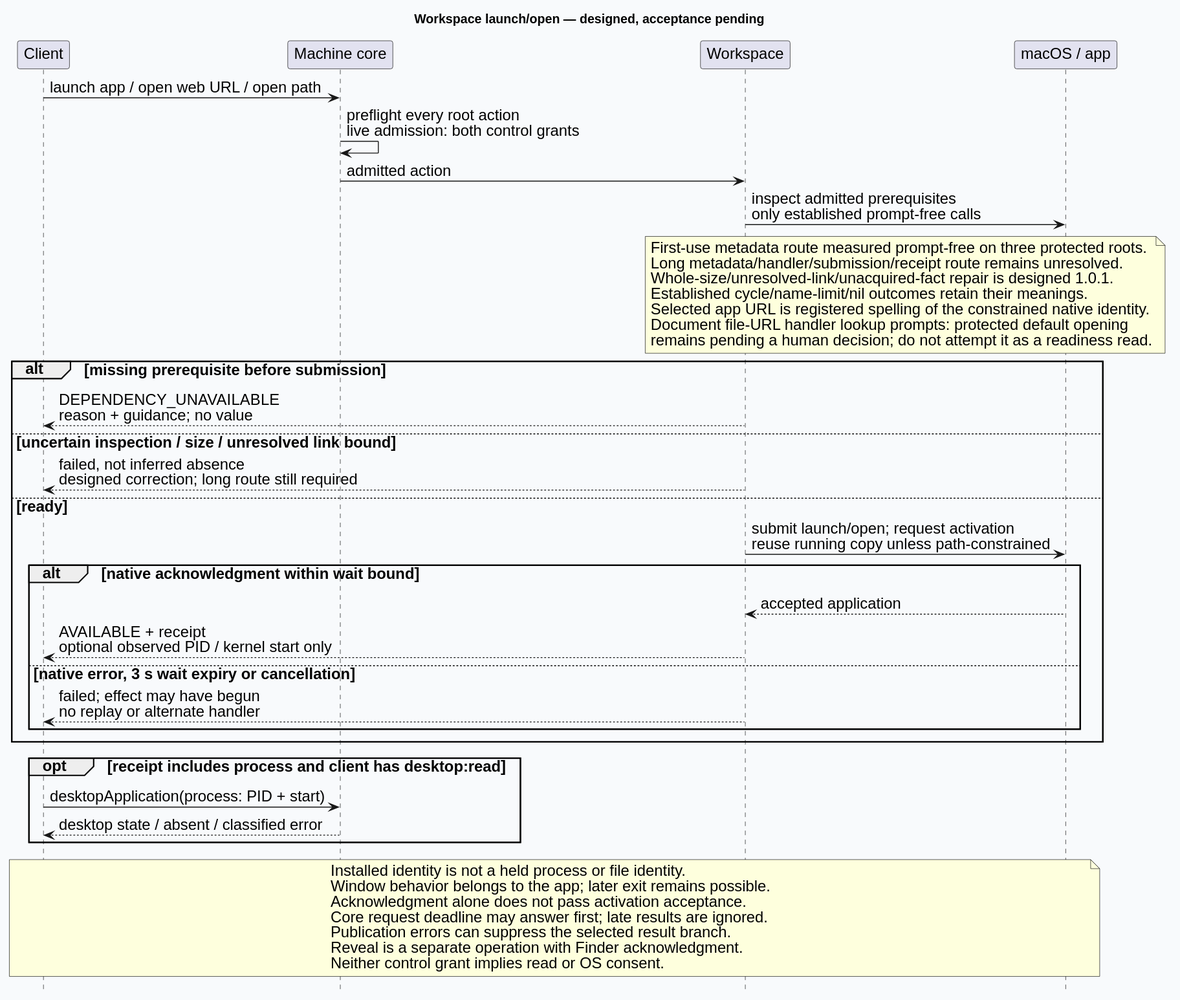
Above: docs/design/architecture/workspace-open.svg in Linkuistics/Koine (PlantUML), before the change.
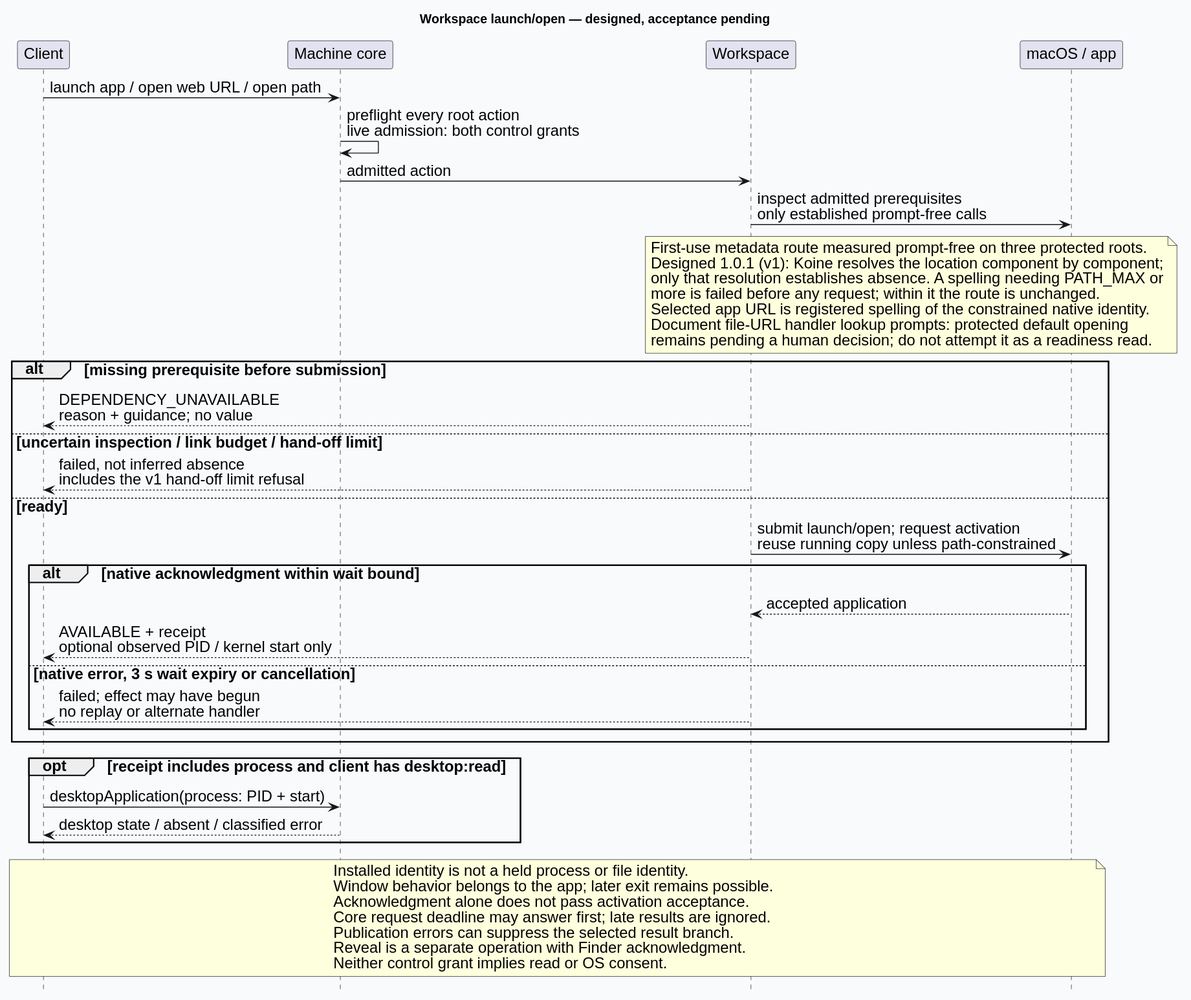
The same diagram one commit later.

The edit, as a diff of the source:
```diff
@@ -15,17 +15,17 @@
 Workspace -> Native: inspect admitted prerequisites\nonly established prompt-free calls
 note over Workspace,Native
 First-use metadata route measured prompt-free on three protected roots.
-Long metadata/handler/submission/receipt route remains unresolved.
-Whole-size/unresolved-link/unacquired-fact repair is designed 1.0.1.
-Established cycle/name-limit/nil outcomes retain their meanings.
+Designed 1.0.1 (v1): Koine resolves the location component by component;
+only that resolution establishes absence. A spelling needing PATH_MAX or
+more is failed before any request; within it the route is unchanged.
 Selected app URL is registered spelling of the constrained native identity.
 Document file-URL handler lookup prompts: protected default opening
 remains pending a human decision; do not attempt it as a readiness read.
 end note
 alt missing prerequisite before submission
   Workspace --> Client: DEPENDENCY_UNAVAILABLE\nreason + guidance; no value
-else uncertain inspection / size / unresolved link bound
-  Workspace --> Client: failed, not inferred absence\ndesigned correction; long route still required
+else uncertain inspection / link budget / hand-off limit
+  Workspace --> Client: failed, not inferred absence\nincludes the v1 hand-off limit refusal
 else ready
   Workspace -> Native: submit launch/open; request activation\nreuse running copy unless path-constrained
   alt native acknowledgment within wait bound
```
